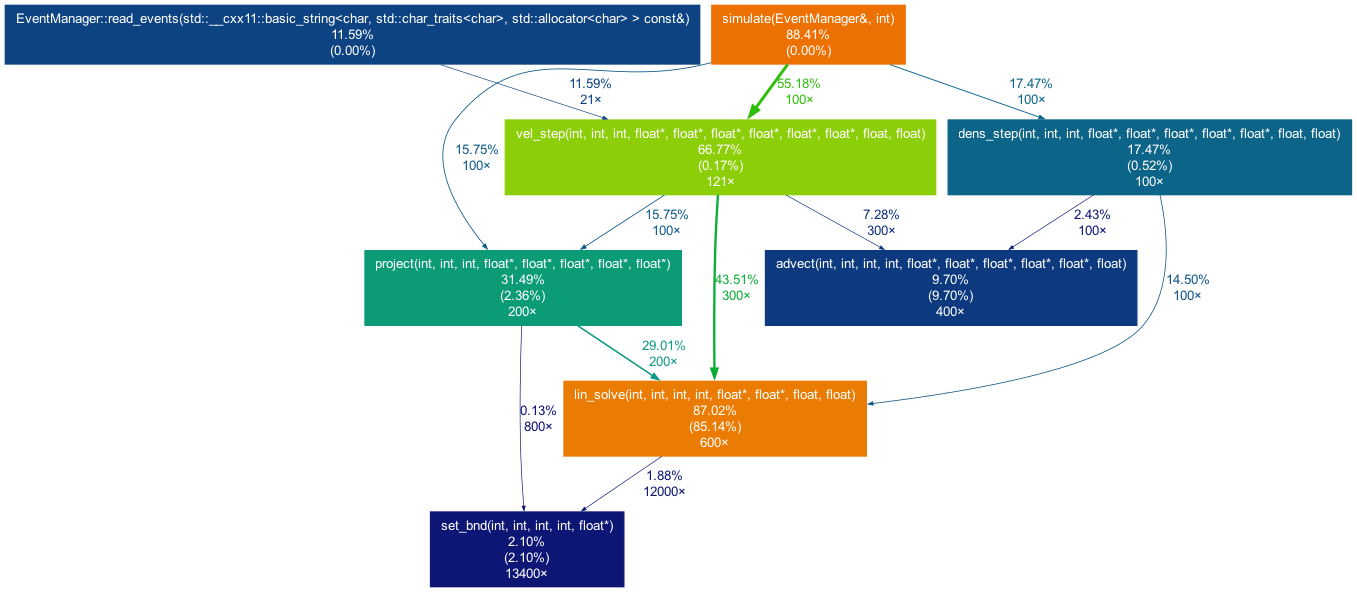
Above: profiling/output.png in PeRaDi/cp-3dfluid (Graphviz), before the change. Its source is kept beside it as profiling/output.dot.
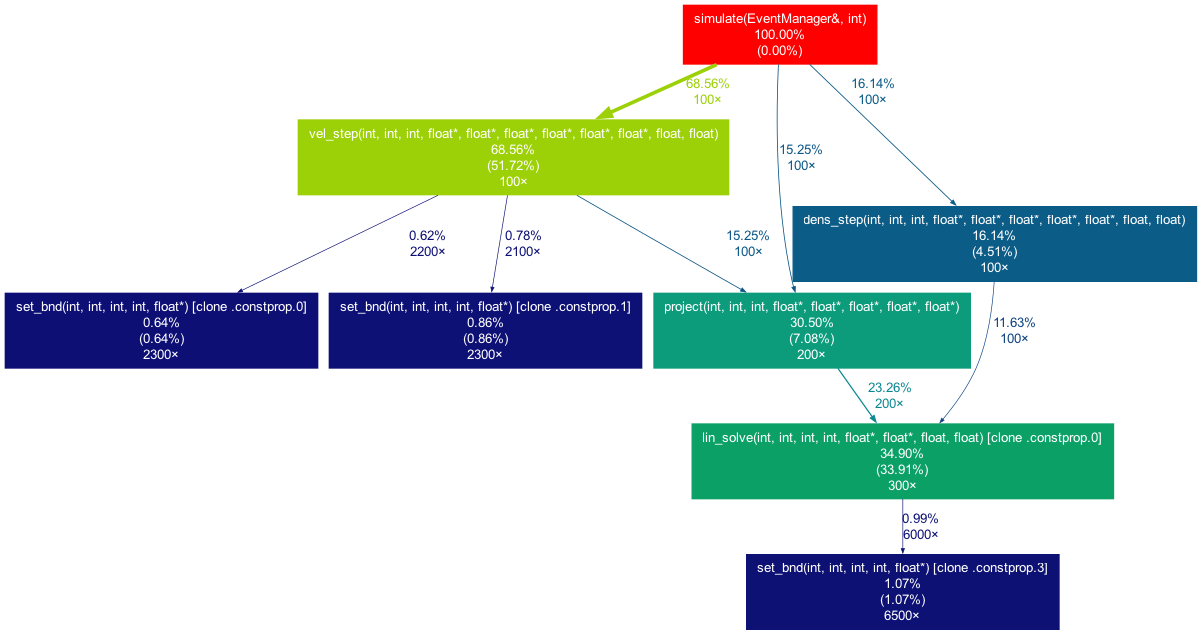
Later version of the same file.

The edit, as a diff of the source:
```diff
@@ -2,24 +2,21 @@
 	graph [fontname=Arial, nodesep=0.125, ranksep=0.25];
 	node [fontcolor=white, fontname=Arial, height=0, shape=box, style=filled, width=0];
 	edge [fontname=Arial];
-	1 [color="#ed7003", fontcolor="#ffffff", fontsize="10.00", label="simulate(EventManager&, int)\n88.41%\n(0.00%)"];
-	1 -> 3 [arrowsize="0.74", color="#2ebd09", fontcolor="#2ebd09", fontsize="10.00", label="55.18%\n100×", labeldistance="2.21", penwidth="2.21"];
-	1 -> 4 [arrowsize="0.40", color="#0c5a87", fontcolor="#0c5a87", fontsize="10.00", label="15.75%\n100×", labeldistance="0.63", penwidth="0.63"];
-	1 -> 5 [arrowsize="0.42", color="#0c6489", fontcolor="#0c6489", fontsize="10.00", label="17.47%\n100×", labeldistance="0.70", penwidth="0.70"];
-	2 [color="#eb7c03", fontcolor="#ffffff", fontsize="10.00", label="lin_solve(int, int, int, int, float*, float*, float, float)\n87.02%\n(85.14%)\n600×"];
-	2 -> 8 [arrowsize="0.35", color="#0d1575", fontcolor="#0d1575", fontsize="10.00", label="1.88%\n12000×", labeldistance="0.50", penwidth="0.50"];
-	3 [color="#8cce07", fontcolor="#ffffff", fontsize="10.00", label="vel_step(int, int, int, float*, float*, float*, float*, float*, float*, float, float)\n66.77%\n(0.17%)\n121×"];
-	3 -> 2 [arrowsize="0.66", color="#0aad34", fontcolor="#0aad34", fontsize="10.00", label="43.51%\n300×", labeldistance="1.74", penwidth="1.74"];
-	3 -> 4 [arrowsize="0.40", color="#0c5a87", fontcolor="#0c5a87", fontsize="10.00", label="15.75%\n100×", labeldistance="0.63", penwidth="0.63"];
-	3 -> 7 [arrowsize="0.35", color="#0d2d7c", fontcolor="#0d2d7c", fontsize="10.00", label="7.28%\n300×", labeldistance="0.50", penwidth="0.50"];
-	4 [color="#0b9c77", fontcolor="#ffffff", fontsize="10.00", label="project(int, int, int, float*, float*, float*, float*, float*)\n31.49%\n(2.36%)\n200×"];
-	4 -> 2 [arrowsize="0.54", color="#0c9982", fontcolor="#0c9982", fontsize="10.00", label="29.01%\n200×", labeldistance="1.16", penwidth="1.16"];
-	4 -> 8 [arrowsize="0.35", color="#0d0d73", fontcolor="#0d0d73", fontsize="10.00", label="0.13%\n800×", labeldistance="0.50", penwidth="0.50"];
-	5 [color="#0c6489", fontcolor="#ffffff", fontsize="10.00", label="dens_step(int, int, int, float*, float*, float*, float*, float*, float, float)\n17.47%\n(0.52%)\n100×"];
-	5 -> 2 [arrowsize="0.38", color="#0c5386", fontcolor="#0c5386", fontsize="10.00", label="14.50%\n100×", labeldistance="0.58", penwidth="0.58"];
-	5 -> 7 [arrowsize="0.35", color="#0d1776", fontcolor="#0d1776", fontsize="10.00", label="2.43%\n100×", labeldistance="0.50", penwidth="0.50"];
-	6 [color="#0d4382", fontcolor="#ffffff", fontsize="10.00", label="EventManager::read_events(std::__cxx11::basic_string<char, std::char_traits<char>, std::allocator<char> > const&)\n11.59%\n(0.00%)"];
-	6 -> 3 [arrowsize="0.35", color="#0d4382", fontcolor="#0d4382", fontsize="10.00", label="11.59%\n21×", labeldistance="0.50", penwidth="0.50"];
-	7 [color="#0d397f", fontcolor="#ffffff", fontsize="10.00", label="advect(int, int, int, int, float*, float*, float*, float*, float*, float)\n9.70%\n(9.70%)\n400×"];
-	8 [color="#0d1675", fontcolor="#ffffff", fontsize="10.00", label="set_bnd(int, int, int, int, float*)\n2.10%\n(2.10%)\n13400×"];
+	1 [color="#ff0000", fontcolor="#ffffff", fontsize="10.00", label="simulate(EventManager&, int)\n100.00%\n(0.00%)"];
+	1 -> 2 [arrowsize="0.83", color="#9cd007", fontcolor="#9cd007", fontsize="10.00", label="68.56%\n100×", labeldistance="2.74", penwidth="2.74"];
+	1 -> 4 [arrowsize="0.39", color="#0c5786", fontcolor="#0c5786", fontsize="10.00", label="15.25%\n100×", labeldistance="0.61", penwidth="0.61"];
+	1 -> 5 [arrowsize="0.40", color="#0c5c88", fontcolor="#0c5c88", fontsize="10.00", label="16.14%\n100×", labeldistance="0.65", penwidth="0.65"];
+	2 [color="#9cd007", fontcolor="#ffffff", fontsize="10.00", label="vel_step(int, int, int, float*, float*, float*, float*, float*, float*, float, float)\n68.56%\n(51.72%)\n100×"];
+	2 -> 4 [arrowsize="0.39", color="#0c5786", fontcolor="#0c5786", fontsize="10.00", label="15.25%\n100×", labeldistance="0.61", penwidth="0.61"];
+	2 -> 7 [arrowsize="0.35", color="#0d1074", fontcolor="#0d1074", fontsize="10.00", label="0.78%\n2100×", labeldistance="0.50", penwidth="0.50"];
+	2 -> 8 [arrowsize="0.35", color="#0d0f74", fontcolor="#0d0f74", fontsize="10.00", label="0.62%\n2200×", labeldistance="0.50", penwidth="0.50"];
+	3 [color="#0ba166", fontcolor="#ffffff", fontsize="10.00", label="lin_solve(int, int, int, int, float*, float*, float, float) [clone .constprop.0]\n34.90%\n(33.91%)\n300×"];
+	3 -> 6 [arrowsize="0.35", color="#0d1174", fontcolor="#0d1174", fontsize="10.00", label="0.99%\n6000×", labeldistance="0.50", penwidth="0.50"];
+	4 [color="#0c9b7b", fontcolor="#ffffff", fontsize="10.00", label="project(int, int, int, float*, float*, float*, float*, float*)\n30.50%\n(7.08%)\n200×"];
+	4 -> 3 [arrowsize="0.48", color="#0c8891", fontcolor="#0c8891", fontsize="10.00", label="23.26%\n200×", labeldistance="0.93", penwidth="0.93"];
+	5 [color="#0c5c88", fontcolor="#ffffff", fontsize="10.00", label="dens_step(int, int, int, float*, float*, float*, float*, float*, float, float)\n16.14%\n(4.51%)\n100×"];
+	5 -> 3 [arrowsize="0.35", color="#0d4382", fontcolor="#0d4382", fontsize="10.00", label="11.63%\n100×", labeldistance="0.50", penwidth="0.50"];
+	6 [color="#0d1174", fontcolor="#ffffff", fontsize="10.00", label="set_bnd(int, int, int, int, float*) [clone .constprop.3]\n1.07%\n(1.07%)\n6500×"];
+	7 [color="#0d1074", fontcolor="#ffffff", fontsize="10.00", label="set_bnd(int, int, int, int, float*) [clone .constprop.1]\n0.86%\n(0.86%)\n2300×"];
+	8 [color="#0d0f74", fontcolor="#ffffff", fontsize="10.00", label="set_bnd(int, int, int, int, float*) [clone .constprop.0]\n0.64%\n(0.64%)\n2300×"];
 }
```
